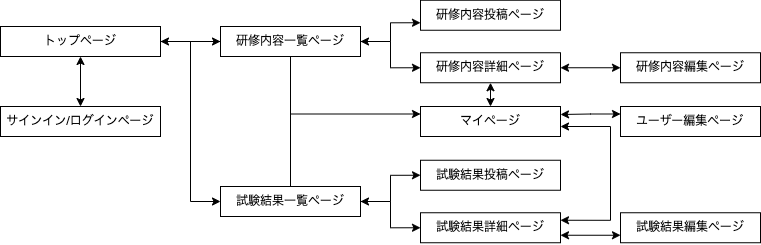
The draw.io diagram trainingAppState.drawio.png in matsuikohei/trainingApp, before a commit. Source tidied: cells renumbered, new cells last; positions are measured from the earlier drawing's top-left corner, leaving out a move shared by most shapes.
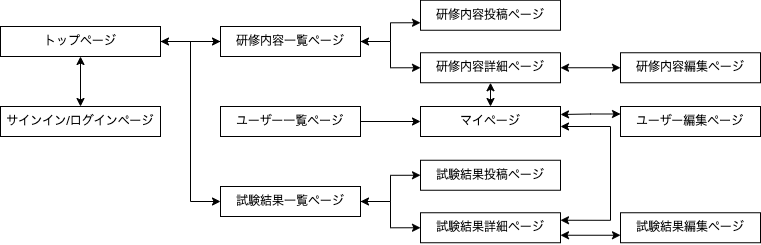
The same diagram one commit later.

Commit message:
状態遷移図の修正

The edit, as a diff of the source:
```diff
@@ -20,11 +20,6 @@
     <mxCell id="7" style="edgeStyle=orthogonalEdgeStyle;rounded=0;html=1;strokeWidth=1;entryX=0;entryY=0.75;entryDx=0;entryDy=0;startArrow=classic;startFill=1;" parent="1" edge="1" source="9" target="14">
       <mxGeometry relative="1" as="geometry" />
     </mxCell>
-    <mxCell id="8" style="edgeStyle=orthogonalEdgeStyle;rounded=0;html=1;endArrow=none;endFill=0;startSize=6;endSize=6;" parent="1" edge="1" source="9">
-      <mxGeometry relative="1" as="geometry">
-        <mxPoint x="290" y="116" as="targetPoint" />
-      </mxGeometry>
-    </mxCell>
     <mxCell id="9" value="研修内容一覧ページ" style="rounded=0;whiteSpace=wrap;html=1;verticalAlign=middle;" parent="1" vertex="1">
       <mxGeometry x="220" y="26" width="140" height="30" as="geometry" />
     </mxCell>
@@ -34,13 +29,6 @@
     <mxCell id="11" style="edgeStyle=orthogonalEdgeStyle;rounded=0;html=1;entryX=0;entryY=0.5;entryDx=0;entryDy=0;strokeWidth=1;startArrow=classic;startFill=1;" parent="1" edge="1" source="13" target="25">
       <mxGeometry relative="1" as="geometry" />
     </mxCell>
-    <mxCell id="12" style="edgeStyle=orthogonalEdgeStyle;html=1;entryX=0;entryY=0.25;entryDx=0;entryDy=0;exitX=0.5;exitY=0;exitDx=0;exitDy=0;rounded=0;" parent="1" edge="1" source="13" target="22">
-      <mxGeometry relative="1" as="geometry">
-        <Array as="points">
-          <mxPoint x="290" y="114" />
-        </Array>
-      </mxGeometry>
-    </mxCell>
     <mxCell id="13" value="試験結果一覧ページ" style="rounded=0;whiteSpace=wrap;html=1;" parent="1" vertex="1">
       <mxGeometry x="220" y="186" width="140" height="30" as="geometry" />
     </mxCell>
@@ -96,5 +84,11 @@
     <mxCell id="28" value="ユーザー編集ページ" style="rounded=0;whiteSpace=wrap;html=1;" parent="1" vertex="1">
       <mxGeometry x="620" y="106" width="140" height="30" as="geometry" />
     </mxCell>
+    <mxCell id="29" style="edgeStyle=none;html=1;entryX=0;entryY=0.5;entryDx=0;entryDy=0;startArrow=none;startFill=0;endArrow=classic;endFill=1;" parent="1" edge="1" source="8" target="22">
+      <mxGeometry relative="1" as="geometry" />
+    </mxCell>
+    <mxCell id="8" value="ユーザー一覧ページ" style="rounded=0;whiteSpace=wrap;html=1;verticalAlign=middle;" parent="1" vertex="1">
+      <mxGeometry x="220" y="106" width="140" height="30" as="geometry" />
+    </mxCell>
   </root>
 </mxGraphModel>
```
